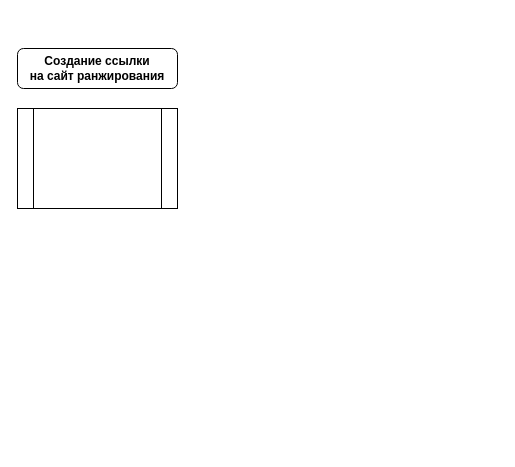
Earlier version of the draw.io diagram NoGab.drawio (Komshot/test). Source tidied: cells renumbered, new cells numbered last; positions are measured from the earlier drawing's top-left corner, leaving out a move shared by most shapes. Both pictures are drawn from the tidied source at 100%, with x=0, y=0 at pixel (17, 48).
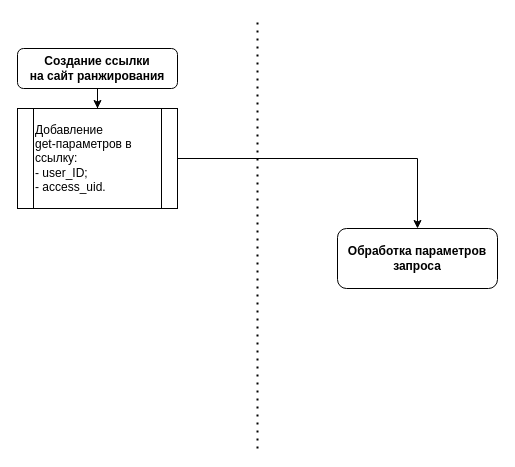
The same diagram, later.

What changed in the source:
```diff
@@
 <mxGraphModel>
   <root>
     <mxCell id="0" />
     <mxCell id="1" parent="0" />
+    <mxCell id="4" style="edgeStyle=orthogonalEdgeStyle;rounded=0;jettySize=auto;html=1;entryX=0.5;entryY=0;entryDx=0;entryDy=0;" parent="1" edge="1" source="2" target="3">
+      <mxGeometry relative="1" as="geometry" />
+    </mxCell>
     <mxCell id="2" value="Создание ссылки&lt;div&gt;на сайт ранжирования&lt;/div&gt;" style="rounded=1;whiteSpace=wrap;html=1;fontStyle=1;" parent="1" vertex="1">
       <mxGeometry width="160" height="40" as="geometry" />
     </mxCell>
+    <mxCell id="5" style="edgeStyle=orthogonalEdgeStyle;rounded=0;jettySize=auto;html=1;entryX=0.5;entryY=0;entryDx=0;entryDy=0;" parent="1" edge="1" source="3" target="7">
+      <mxGeometry relative="1" as="geometry" />
+    </mxCell>
-    <mxCell id="3" style="shape=process;whiteSpace=wrap;html=1;backgroundOutline=1;" parent="1" vertex="1">
+    <mxCell id="3" value="Добавление&lt;div&gt;get-параметров в ссылку:&lt;div&gt;- user_ID;&lt;/div&gt;&lt;div&gt;- access_uid.&lt;/div&gt;&lt;/div&gt;" style="shape=process;whiteSpace=wrap;html=1;backgroundOutline=1;align=left;" parent="1" vertex="1">
       <mxGeometry y="60" width="160" height="100" as="geometry" />
     </mxCell>
+    <mxCell id="6" style="endArrow=none;dashed=1;html=1;dashPattern=1 3;strokeWidth=2;rounded=0;" parent="1" edge="1">
+      <mxGeometry relative="1" as="geometry">
+        <mxPoint x="240" y="400" as="sourcePoint" />
+        <mxPoint x="240" y="-30" as="targetPoint" />
+      </mxGeometry>
+    </mxCell>
+    <mxCell id="7" value="Обработка параметров запроса" style="rounded=1;whiteSpace=wrap;html=1;fontStyle=1;" parent="1" vertex="1">
+      <mxGeometry x="320" y="180" width="160" height="60" as="geometry" />
+    </mxCell>
   </root>
 </mxGraphModel>
```
